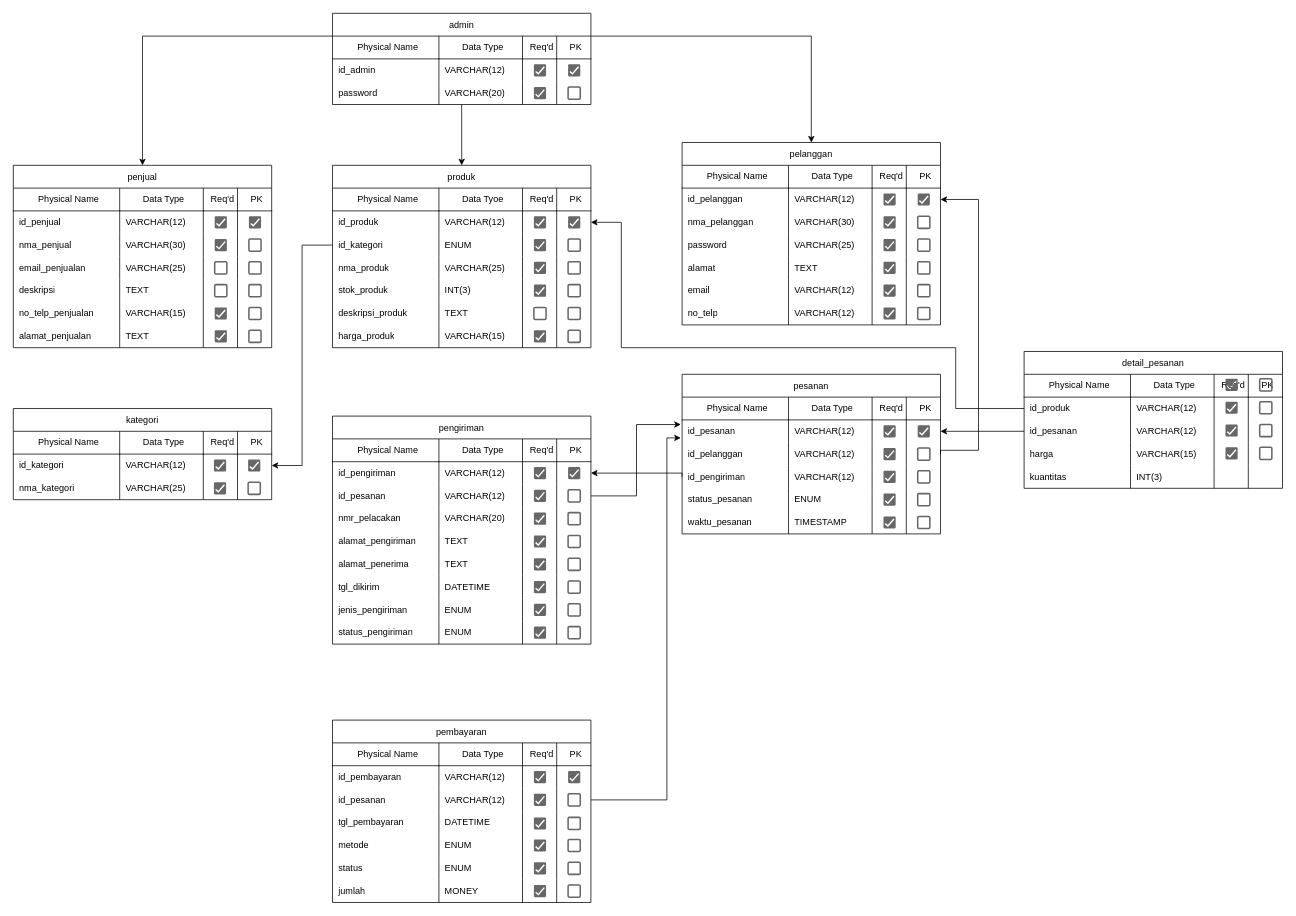
Above: e-commerce_pdm.drawio in vinnnna/sistem-basis-data (draw.io), before the change. Source tidied: cells renumbered, new cells numbered last; positions are measured from the earlier drawing's top-left corner, leaving out a move shared by most shapes. Both pictures are drawn from the tidied source at 76%, with x=0, y=0 at pixel (13, 13).
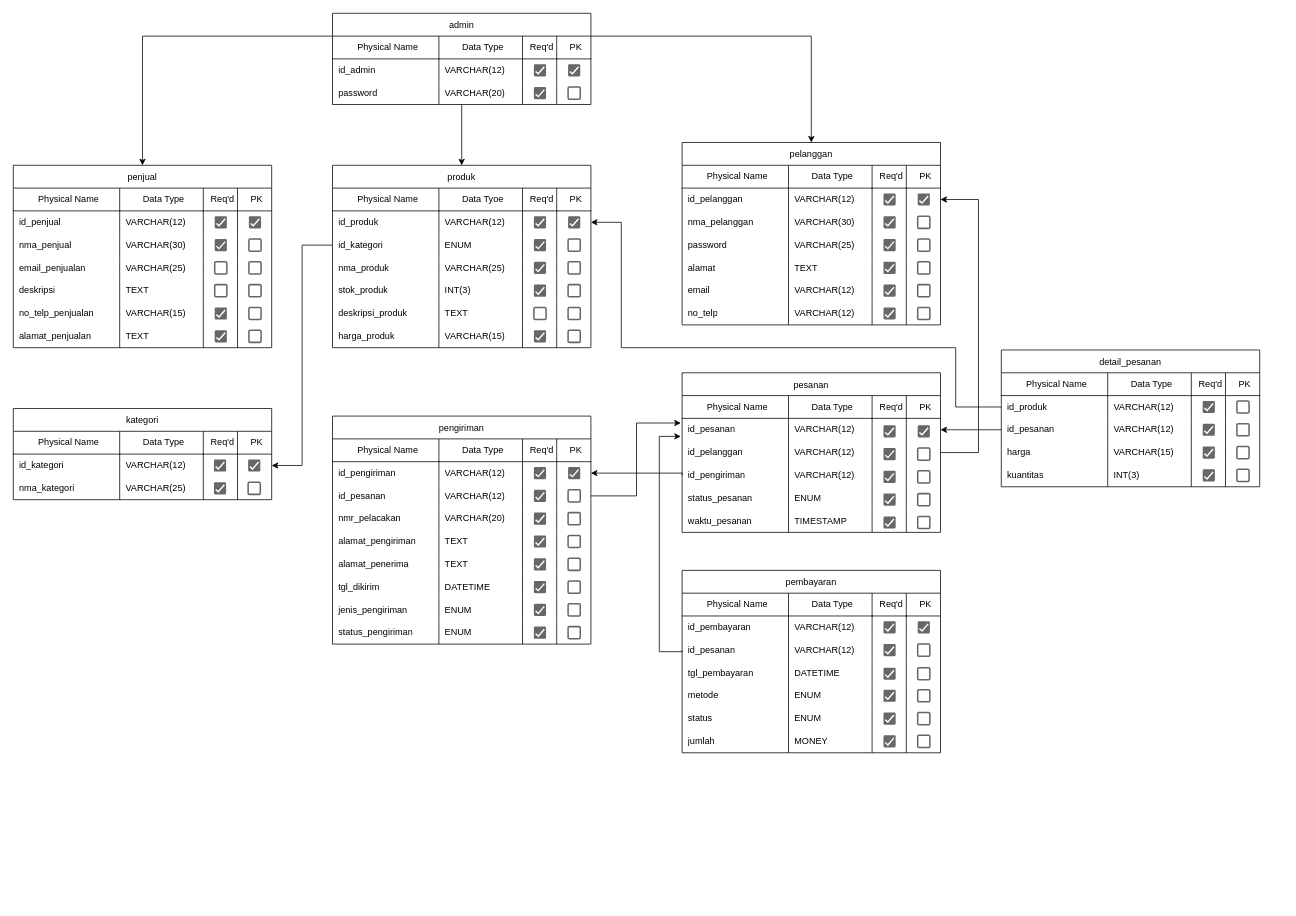
Above is the later version.

The change refers to these unchanged cells:
```xml
<mxCell id="44" style="shape=tableRow;horizontal=0;startSize=0;swimlaneHead=0;swimlaneBody=0;top=0;left=0;bottom=0;right=0;fillColor=none;points=[[0,0.5],[1,0.5]];portConstraint=eastwest;strokeColor=inherit;fontSize=12;" parent="38" vertex="1">
  <mxGeometry y="60" width="340" height="30" as="geometry" />
</mxCell>
<mxCell id="80" style="shape=tableRow;horizontal=0;startSize=0;swimlaneHead=0;swimlaneBody=0;top=0;left=0;bottom=0;right=0;fillColor=none;points=[[0,0.5],[1,0.5]];portConstraint=eastwest;strokeColor=inherit;fontSize=12;" parent="74" vertex="1">
  <mxGeometry y="60" width="340" height="30" as="geometry" />
</mxCell>
<mxCell id="85" style="shape=tableRow;horizontal=0;startSize=0;swimlaneHead=0;swimlaneBody=0;top=0;left=0;bottom=0;right=0;fillColor=none;points=[[0,0.5],[1,0.5]];portConstraint=eastwest;strokeColor=inherit;fontSize=12;" parent="74" vertex="1">
  <mxGeometry y="90" width="340" height="30" as="geometry" />
</mxCell>
<mxCell id="90" style="shape=tableRow;horizontal=0;startSize=0;swimlaneHead=0;swimlaneBody=0;top=0;left=0;bottom=0;right=0;fillColor=none;points=[[0,0.5],[1,0.5]];portConstraint=eastwest;strokeColor=inherit;fontSize=12;" parent="74" vertex="1">
  <mxGeometry y="120" width="340" height="30" as="geometry" />
</mxCell>
<mxCell id="111" style="shape=tableRow;horizontal=0;startSize=0;swimlaneHead=0;swimlaneBody=0;top=0;left=0;bottom=0;right=0;fillColor=none;points=[[0,0.5],[1,0.5]];portConstraint=eastwest;strokeColor=inherit;fontSize=12;" parent="105" vertex="1">
  <mxGeometry y="60" width="340" height="30" as="geometry" />
</mxCell>
<mxCell id="137" style="shape=tableRow;horizontal=0;startSize=0;swimlaneHead=0;swimlaneBody=0;top=0;left=0;bottom=0;right=0;fillColor=none;points=[[0,0.5],[1,0.5]];portConstraint=eastwest;strokeColor=inherit;fontSize=12;" parent="131" vertex="1">
  <mxGeometry y="60" width="340" height="30" as="geometry" />
</mxCell>
<mxCell id="207" style="shape=tableRow;horizontal=0;startSize=0;swimlaneHead=0;swimlaneBody=0;top=0;left=0;bottom=0;right=0;fillColor=none;points=[[0,0.5],[1,0.5]];portConstraint=eastwest;strokeColor=inherit;fontSize=12;" parent="201" vertex="1">
  <mxGeometry y="60" width="340" height="30" as="geometry" />
</mxCell>
<mxCell id="212" style="shape=tableRow;horizontal=0;startSize=0;swimlaneHead=0;swimlaneBody=0;top=0;left=0;bottom=0;right=0;fillColor=none;points=[[0,0.5],[1,0.5]];portConstraint=eastwest;strokeColor=inherit;fontSize=12;" parent="201" vertex="1">
  <mxGeometry y="90" width="340" height="30" as="geometry" />
</mxCell>
<mxCell id="259" style="shape=tableRow;horizontal=0;startSize=0;swimlaneHead=0;swimlaneBody=0;top=0;left=0;bottom=0;right=0;fillColor=none;points=[[0,0.5],[1,0.5]];portConstraint=eastwest;strokeColor=inherit;fontSize=12;" parent="248" vertex="1">
  <mxGeometry y="90" width="340" height="30" as="geometry" />
</mxCell>
```

The edit, as a diff of the source:
```diff
@@
     <mxCell id="74" value="pesanan" style="shape=table;startSize=30;childLayout=tableLayout;rowLines=0;fontStyle=0;strokeColor=default;fontSize=12;" parent="1" vertex="1">
-      <mxGeometry x="880" y="475" width="340" height="210" as="geometry" />
+      <mxGeometry x="880" y="473" width="340" height="210" as="geometry" />
     </mxCell>
@@
     <mxCell id="105" value="detail_pesanan" style="shape=table;startSize=30;childLayout=tableLayout;rowLines=0;fontStyle=0;strokeColor=default;fontSize=12;" parent="1" vertex="1">
-      <mxGeometry x="1330" y="445" width="340" height="180" as="geometry" />
+      <mxGeometry x="1300" y="443" width="340" height="180" as="geometry" />
     </mxCell>
@@
     <mxCell id="248" value="pembayaran" style="shape=table;startSize=30;childLayout=tableLayout;rowLines=0;fontStyle=0;strokeColor=default;fontSize=12;" parent="1" vertex="1">
-      <mxGeometry x="420" y="930" width="340" height="240" as="geometry" />
+      <mxGeometry x="880" y="733" width="340" height="240" as="geometry" />
     </mxCell>
@@
     <mxCell id="284" style="edgeStyle=orthogonalEdgeStyle;rounded=0;jettySize=auto;html=1;entryX=1;entryY=0.5;entryDx=0;entryDy=0;exitX=1;exitY=0.5;exitDx=0;exitDy=0;" parent="1" edge="1" source="85" target="137">
       <mxGeometry relative="1" as="geometry">
         <Array as="points">
-          <mxPoint x="1270" y="575" />
+          <mxPoint x="1270" y="578" />
           <mxPoint x="1270" y="245" />
         </Array>
       </mxGeometry>
     </mxCell>
     <mxCell id="285" style="edgeStyle=orthogonalEdgeStyle;rounded=0;jettySize=auto;html=1;exitX=1;exitY=0.5;exitDx=0;exitDy=0;entryX=-0.005;entryY=0.202;entryDx=0;entryDy=0;entryPerimeter=0;" parent="1" edge="1" source="212" target="80">
       <mxGeometry relative="1" as="geometry">
         <Array as="points">
           <mxPoint x="820" y="635" />
-          <mxPoint x="820" y="541" />
+          <mxPoint x="820" y="540" />
+          <mxPoint x="878" y="540" />
         </Array>
       </mxGeometry>
     </mxCell>
-    <mxCell id="286" style="edgeStyle=orthogonalEdgeStyle;rounded=0;jettySize=auto;html=1;exitX=1;exitY=0.5;exitDx=0;exitDy=0;entryX=-0.005;entryY=0.79;entryDx=0;entryDy=0;entryPerimeter=0;" parent="1" edge="1" source="259" target="80">
+    <mxCell id="286" style="edgeStyle=orthogonalEdgeStyle;rounded=0;jettySize=auto;html=1;exitX=0;exitY=0.5;exitDx=0;exitDy=0;entryX=-0.005;entryY=0.79;entryDx=0;entryDy=0;entryPerimeter=0;" parent="1" edge="1" source="259" target="80">
       <mxGeometry relative="1" as="geometry">
         <Array as="points">
-          <mxPoint x="860" y="1035" />
-          <mxPoint x="860" y="559" />
-          <mxPoint x="878" y="559" />
+          <mxPoint x="880" y="840" />
+          <mxPoint x="850" y="840" />
+          <mxPoint x="850" y="557" />
         </Array>
       </mxGeometry>
     </mxCell>
@@
     <mxCell id="288" style="edgeStyle=orthogonalEdgeStyle;rounded=0;jettySize=auto;html=1;exitX=0;exitY=0.5;exitDx=0;exitDy=0;entryX=1;entryY=0.5;entryDx=0;entryDy=0;" parent="1" edge="1" source="111" target="44">
       <mxGeometry relative="1" as="geometry">
         <Array as="points">
-          <mxPoint x="1240" y="520" />
+          <mxPoint x="1240" y="518" />
           <mxPoint x="1240" y="440" />
           <mxPoint x="800" y="440" />
           <mxPoint x="800" y="275" />
         </Array>
       </mxGeometry>
     </mxCell>
@@
     <mxCell id="290" style="edgeStyle=orthogonalEdgeStyle;rounded=0;jettySize=auto;html=1;exitX=0;exitY=0.5;exitDx=0;exitDy=0;entryX=1;entryY=0.5;entryDx=0;entryDy=0;" parent="1" edge="1" source="90" target="207">
       <mxGeometry relative="1" as="geometry">
         <Array as="points">
-          <mxPoint x="820" y="605" />
-          <mxPoint x="820" y="605" />
+          <mxPoint x="880" y="605" />
         </Array>
       </mxGeometry>
     </mxCell>
@@
     <mxCell id="361" style="dashed=0;labelPosition=right;align=left;shape=mxgraph.gmdl.checkbox;strokeColor=none;fillColor=#676767;strokeWidth=2;sketch=0;html=1;" parent="1" vertex="1">
-      <mxGeometry x="685" y="997" width="16" height="16" as="geometry" />
+      <mxGeometry x="1145" y="800" width="16" height="16" as="geometry" />
     </mxCell>
     <mxCell id="362" style="dashed=0;labelPosition=right;align=left;shape=mxgraph.gmdl.checkbox;strokeColor=none;fillColor=#676767;strokeWidth=2;sketch=0;html=1;" parent="1" vertex="1">
-      <mxGeometry x="730" y="997" width="16" height="16" as="geometry" />
+      <mxGeometry x="1190" y="800" width="16" height="16" as="geometry" />
     </mxCell>
     <mxCell id="363" style="dashed=0;labelPosition=right;align=left;shape=mxgraph.gmdl.checkbox;strokeColor=#666666;fillColor=none;strokeWidth=2;sketch=0;html=1;" parent="1" vertex="1">
-      <mxGeometry x="730" y="1027" width="16" height="16" as="geometry" />
+      <mxGeometry x="1190" y="830" width="16" height="16" as="geometry" />
     </mxCell>
     <mxCell id="364" style="dashed=0;labelPosition=right;align=left;shape=mxgraph.gmdl.checkbox;strokeColor=none;fillColor=#676767;strokeWidth=2;sketch=0;html=1;" parent="1" vertex="1">
-      <mxGeometry x="685" y="1027" width="16" height="16" as="geometry" />
+      <mxGeometry x="1145" y="830" width="16" height="16" as="geometry" />
     </mxCell>
     <mxCell id="365" style="dashed=0;labelPosition=right;align=left;shape=mxgraph.gmdl.checkbox;strokeColor=#666666;fillColor=none;strokeWidth=2;sketch=0;html=1;" parent="1" vertex="1">
-      <mxGeometry x="730" y="1058" width="16" height="16" as="geometry" />
+      <mxGeometry x="1190" y="861" width="16" height="16" as="geometry" />
     </mxCell>
     <mxCell id="366" style="dashed=0;labelPosition=right;align=left;shape=mxgraph.gmdl.checkbox;strokeColor=#666666;fillColor=none;strokeWidth=2;sketch=0;html=1;" parent="1" vertex="1">
-      <mxGeometry x="730" y="1087" width="16" height="16" as="geometry" />
+      <mxGeometry x="1190" y="890" width="16" height="16" as="geometry" />
     </mxCell>
     <mxCell id="367" style="dashed=0;labelPosition=right;align=left;shape=mxgraph.gmdl.checkbox;strokeColor=#666666;fillColor=none;strokeWidth=2;sketch=0;html=1;" parent="1" vertex="1">
-      <mxGeometry x="730" y="1117" width="16" height="16" as="geometry" />
+      <mxGeometry x="1190" y="920" width="16" height="16" as="geometry" />
     </mxCell>
     <mxCell id="368" style="dashed=0;labelPosition=right;align=left;shape=mxgraph.gmdl.checkbox;strokeColor=#666666;fillColor=none;strokeWidth=2;sketch=0;html=1;" parent="1" vertex="1">
-      <mxGeometry x="730" y="1147" width="16" height="16" as="geometry" />
+      <mxGeometry x="1190" y="950" width="16" height="16" as="geometry" />
     </mxCell>
     <mxCell id="369" style="dashed=0;labelPosition=right;align=left;shape=mxgraph.gmdl.checkbox;strokeColor=none;fillColor=#676767;strokeWidth=2;sketch=0;html=1;" parent="1" vertex="1">
-      <mxGeometry x="685" y="1147" width="16" height="16" as="geometry" />
+      <mxGeometry x="1145" y="950" width="16" height="16" as="geometry" />
     </mxCell>
     <mxCell id="370" style="dashed=0;labelPosition=right;align=left;shape=mxgraph.gmdl.checkbox;strokeColor=none;fillColor=#676767;strokeWidth=2;sketch=0;html=1;" parent="1" vertex="1">
-      <mxGeometry x="685" y="1087" width="16" height="16" as="geometry" />
+      <mxGeometry x="1145" y="890" width="16" height="16" as="geometry" />
     </mxCell>
     <mxCell id="371" style="dashed=0;labelPosition=right;align=left;shape=mxgraph.gmdl.checkbox;strokeColor=none;fillColor=#676767;strokeWidth=2;sketch=0;html=1;" parent="1" vertex="1">
-      <mxGeometry x="685" y="1058" width="16" height="16" as="geometry" />
+      <mxGeometry x="1145" y="861" width="16" height="16" as="geometry" />
     </mxCell>
     <mxCell id="372" style="dashed=0;labelPosition=right;align=left;shape=mxgraph.gmdl.checkbox;strokeColor=none;fillColor=#676767;strokeWidth=2;sketch=0;html=1;" parent="1" vertex="1">
-      <mxGeometry x="685" y="1117" width="16" height="16" as="geometry" />
+      <mxGeometry x="1145" y="920" width="16" height="16" as="geometry" />
     </mxCell>
     <mxCell id="373" style="dashed=0;labelPosition=right;align=left;shape=mxgraph.gmdl.checkbox;strokeColor=none;fillColor=#676767;strokeWidth=2;sketch=0;html=1;" parent="1" vertex="1">
-      <mxGeometry x="1595" y="481" width="16" height="16" as="geometry" />
+      <mxGeometry x="1565" y="510" width="16" height="16" as="geometry" />
     </mxCell>
     <mxCell id="374" style="dashed=0;labelPosition=right;align=left;shape=mxgraph.gmdl.checkbox;strokeColor=#666666;fillColor=none;strokeWidth=2;sketch=0;html=1;" parent="1" vertex="1">
-      <mxGeometry x="1640" y="511" width="16" height="16" as="geometry" />
+      <mxGeometry x="1610" y="540" width="16" height="16" as="geometry" />
     </mxCell>
     <mxCell id="375" style="dashed=0;labelPosition=right;align=left;shape=mxgraph.gmdl.checkbox;strokeColor=none;fillColor=#676767;strokeWidth=2;sketch=0;html=1;" parent="1" vertex="1">
-      <mxGeometry x="1595" y="511" width="16" height="16" as="geometry" />
+      <mxGeometry x="1565" y="540" width="16" height="16" as="geometry" />
     </mxCell>
     <mxCell id="376" style="dashed=0;labelPosition=right;align=left;shape=mxgraph.gmdl.checkbox;strokeColor=#666666;fillColor=none;strokeWidth=2;sketch=0;html=1;" parent="1" vertex="1">
-      <mxGeometry x="1640" y="541" width="16" height="16" as="geometry" />
+      <mxGeometry x="1610" y="570" width="16" height="16" as="geometry" />
     </mxCell>
     <mxCell id="377" style="dashed=0;labelPosition=right;align=left;shape=mxgraph.gmdl.checkbox;strokeColor=#666666;fillColor=none;strokeWidth=2;sketch=0;html=1;" parent="1" vertex="1">
-      <mxGeometry x="1640" y="571" width="16" height="16" as="geometry" />
+      <mxGeometry x="1610" y="600" width="16" height="16" as="geometry" />
     </mxCell>
     <mxCell id="378" style="dashed=0;labelPosition=right;align=left;shape=mxgraph.gmdl.checkbox;strokeColor=none;fillColor=#676767;strokeWidth=2;sketch=0;html=1;" parent="1" vertex="1">
-      <mxGeometry x="1595" y="571" width="16" height="16" as="geometry" />
+      <mxGeometry x="1565" y="600" width="16" height="16" as="geometry" />
     </mxCell>
     <mxCell id="379" style="dashed=0;labelPosition=right;align=left;shape=mxgraph.gmdl.checkbox;strokeColor=none;fillColor=#676767;strokeWidth=2;sketch=0;html=1;" parent="1" vertex="1">
-      <mxGeometry x="1595" y="541" width="16" height="16" as="geometry" />
+      <mxGeometry x="1565" y="570" width="16" height="16" as="geometry" />
     </mxCell>
     <mxCell id="380" style="dashed=0;labelPosition=right;align=left;shape=mxgraph.gmdl.checkbox;strokeColor=#666666;fillColor=none;strokeWidth=2;sketch=0;html=1;" parent="1" vertex="1">
-      <mxGeometry x="1640" y="481" width="16" height="16" as="geometry" />
+      <mxGeometry x="1610" y="510" width="16" height="16" as="geometry" />
     </mxCell>
```
